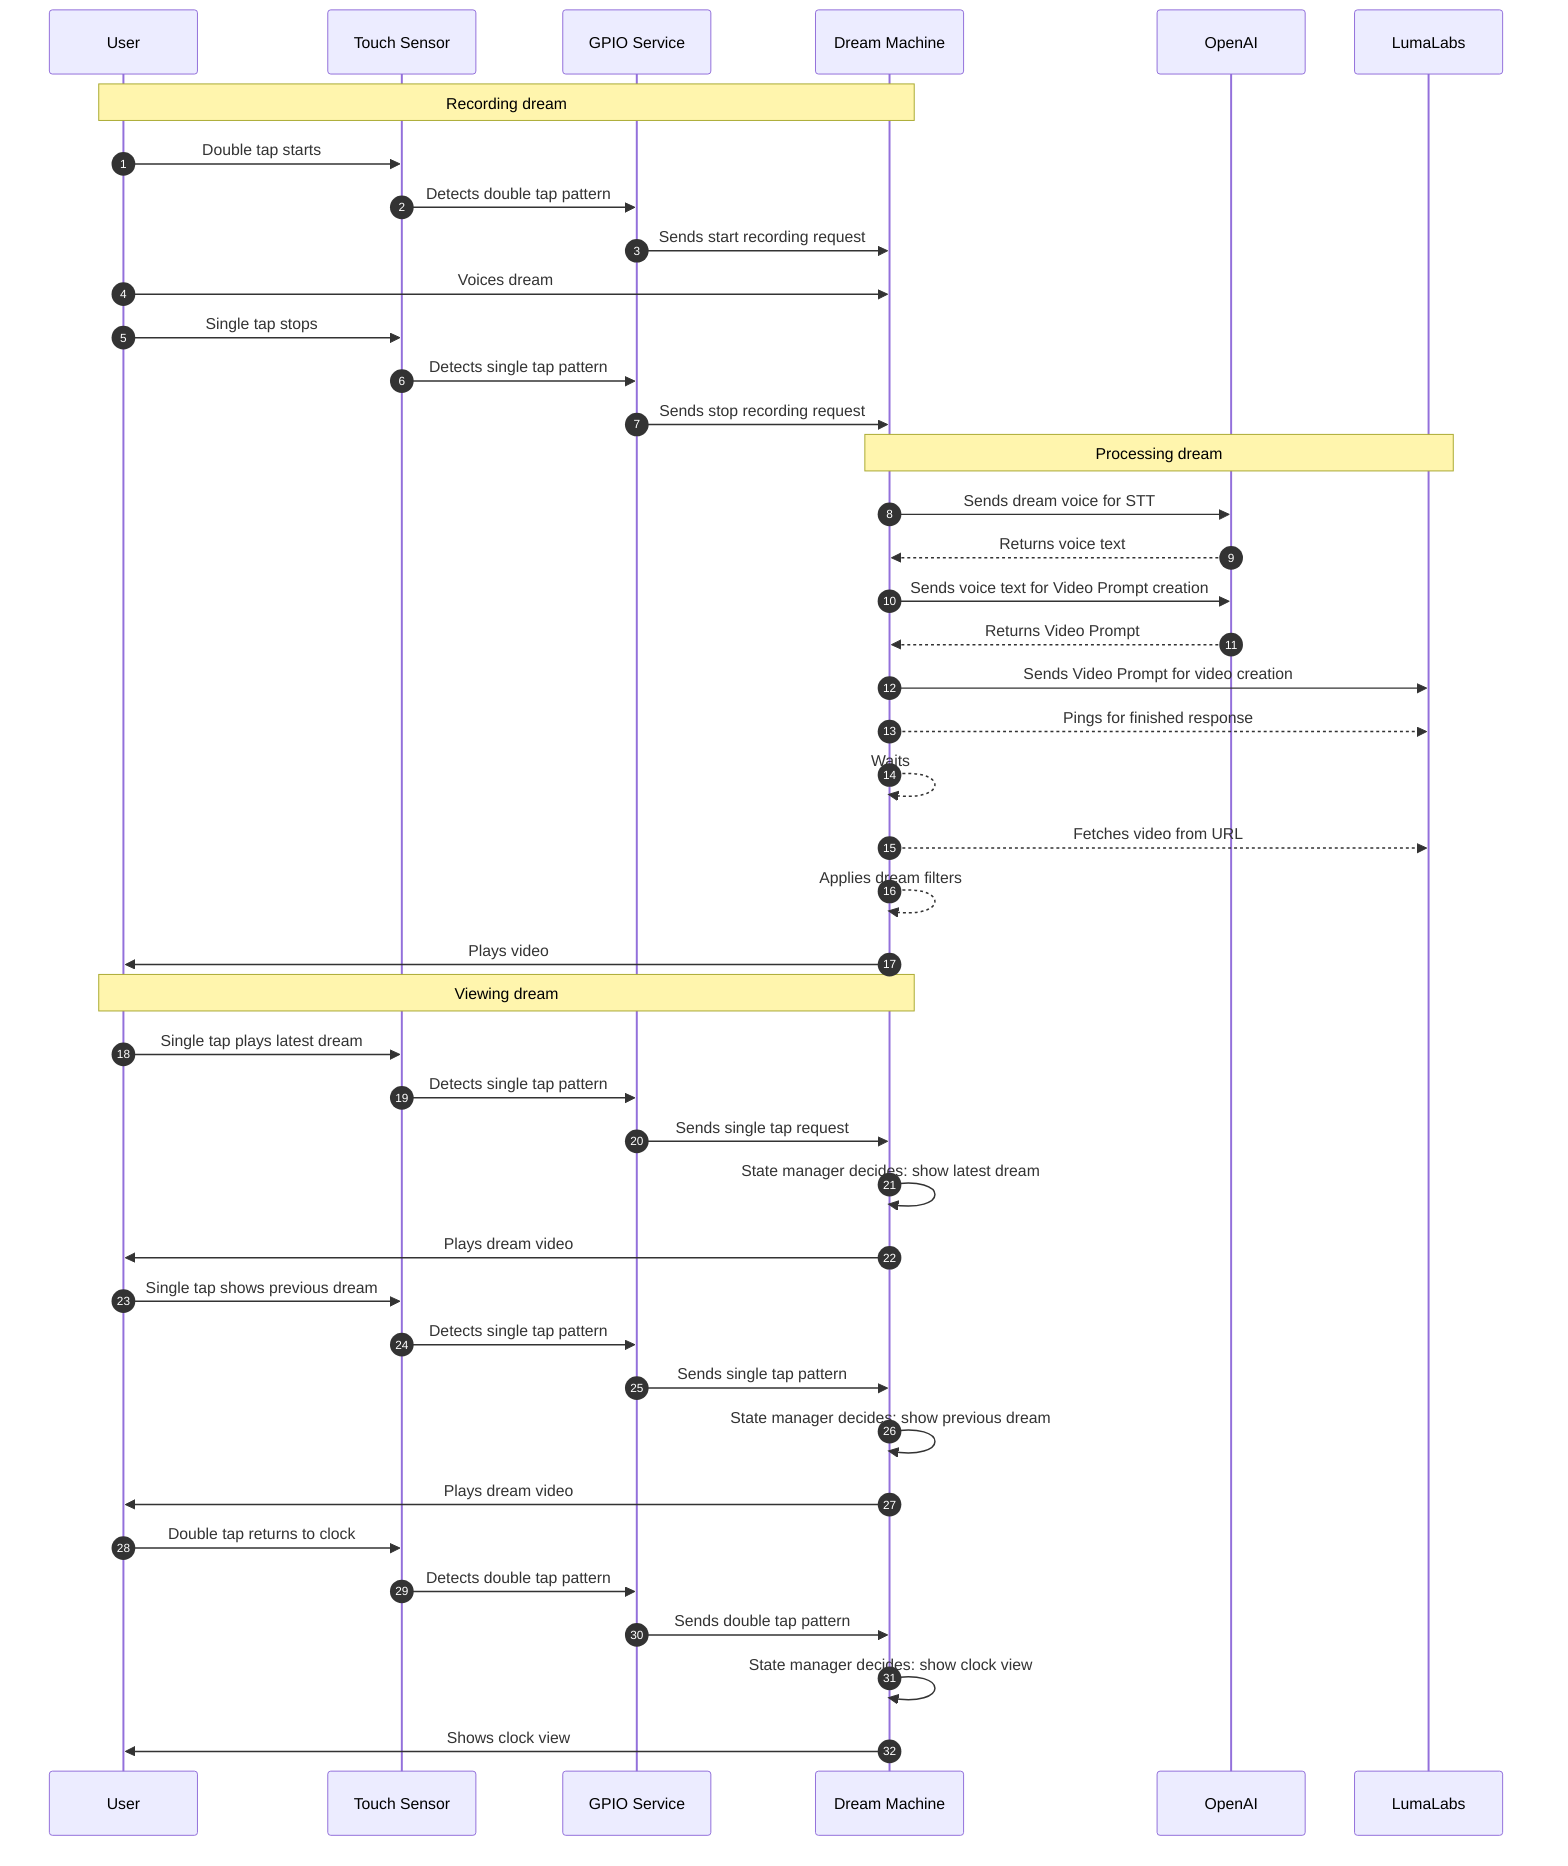
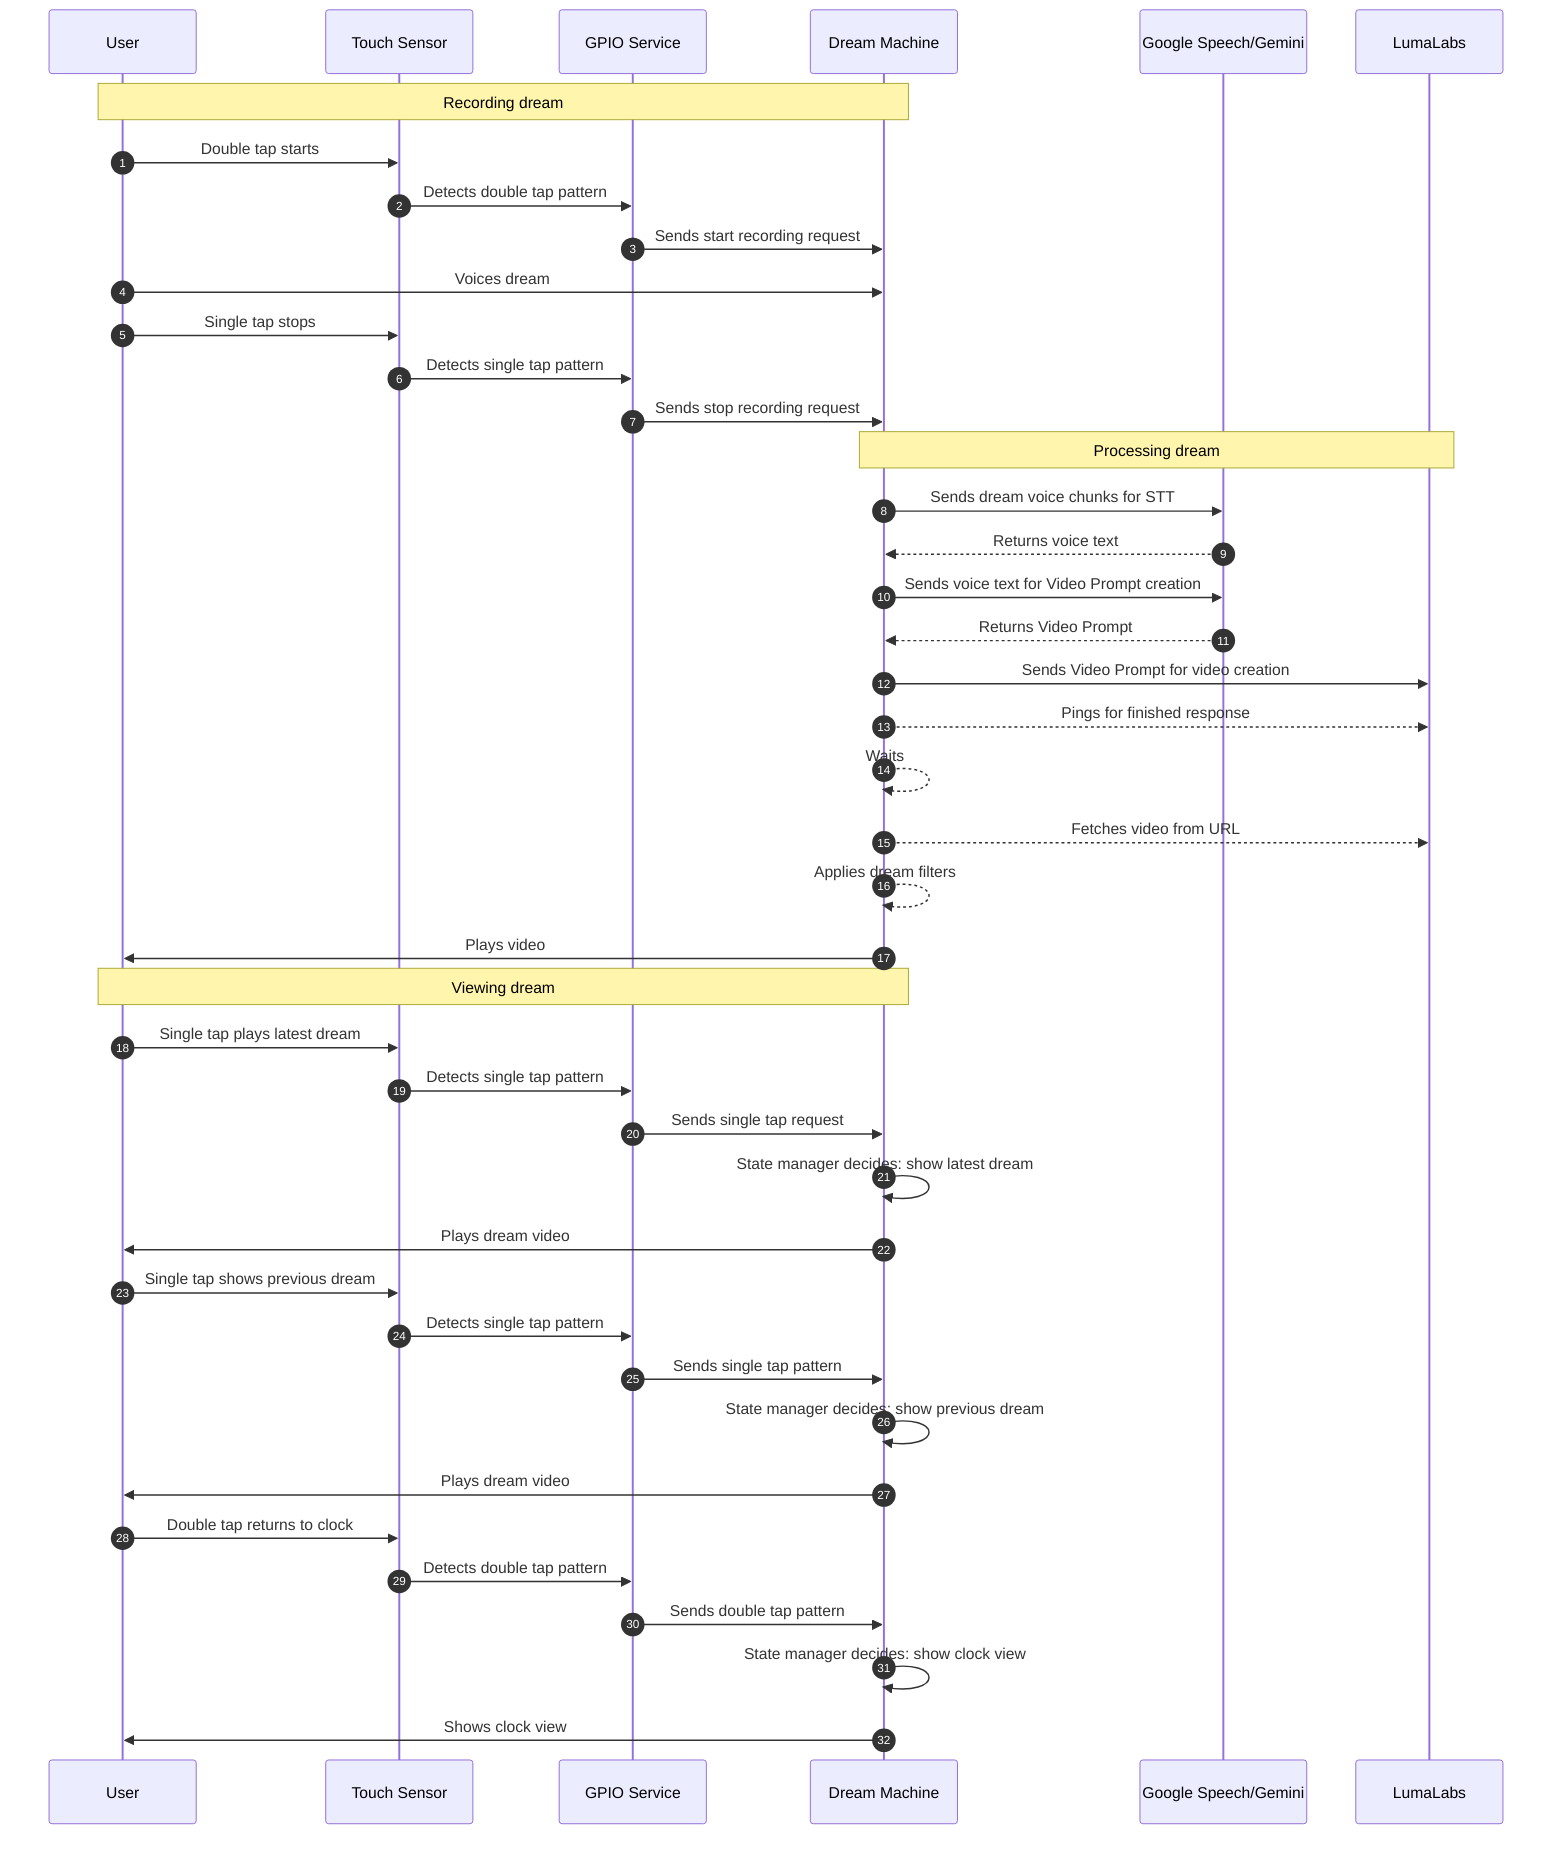
sequenceDiagram
    autonumber

    participant U as User
    participant TS as Touch Sensor
    participant GPIO as GPIO Service
    participant DM as Dream Machine
-     participant OpenAI as OpenAI
+     participant Google as Google Speech/Gemini
    participant LL as LumaLabs

    Note over U,DM: Recording dream
    U ->> TS: Double tap starts
    TS ->> GPIO: Detects double tap pattern
    GPIO ->> DM: Sends start recording request
    U ->> DM: Voices dream
    U ->> TS: Single tap stops
    TS ->> GPIO: Detects single tap pattern
    GPIO ->> DM: Sends stop recording request

    Note over DM,LL: Processing dream
-     DM ->> OpenAI: Sends dream voice for STT
-     OpenAI -->> DM: Returns voice text
-     DM ->> OpenAI: Sends voice text for Video Prompt creation
-     OpenAI -->> DM: Returns Video Prompt
+     DM ->> Google: Sends dream voice chunks for STT
+     Google -->> DM: Returns voice text
+     DM ->> Google: Sends voice text for Video Prompt creation
+     Google -->> DM: Returns Video Prompt
    DM ->> LL: Sends Video Prompt for video creation
    DM -->> LL: Pings for finished response
    DM -->> DM: Waits
    DM -->> LL: Fetches video from URL
    DM -->> DM: Applies dream filters
    DM ->> U: Plays video

    Note over U,DM: Viewing dream
    U ->> TS: Single tap plays latest dream
    TS ->> GPIO: Detects single tap pattern
    GPIO ->> DM: Sends single tap request
    DM ->> DM: State manager decides: show latest dream
    DM ->> U: Plays dream video
    U ->> TS: Single tap shows previous dream
    TS ->> GPIO: Detects single tap pattern
    GPIO ->> DM: Sends single tap pattern
    DM ->> DM: State manager decides: show previous dream
    DM ->> U: Plays dream video
    U ->> TS: Double tap returns to clock
    TS ->> GPIO: Detects double tap pattern
    GPIO ->> DM: Sends double tap pattern
    DM ->> DM: State manager decides: show clock view
    DM ->> U: Shows clock view
